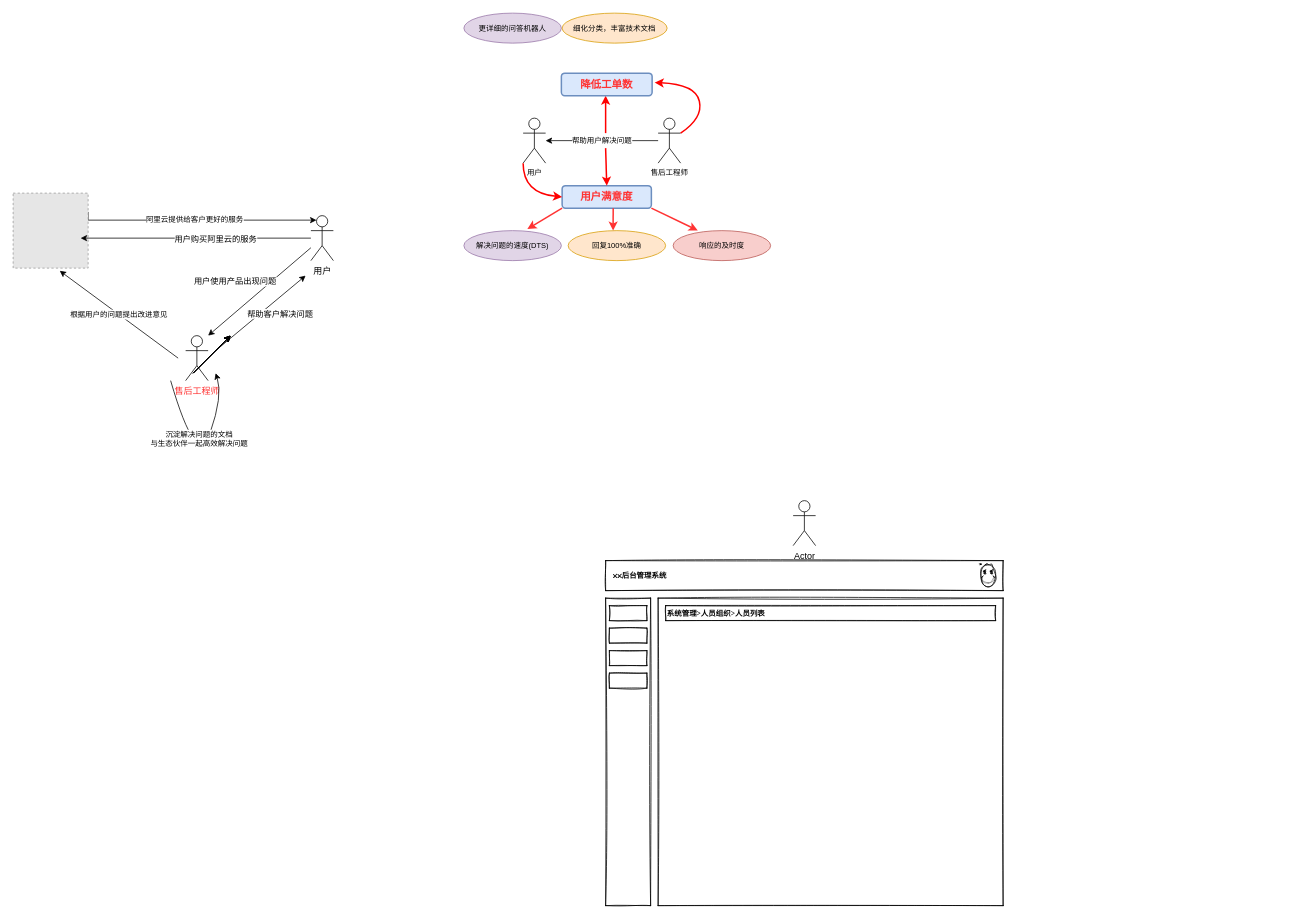
This is Untitled Diagram.drawio from XinBaoCode/digram, a draw.io file, before an edit. Source tidied: cells renumbered, new cells numbered last; positions are measured from the earlier drawing's top-left corner, leaving out a move shared by most shapes. Both pictures are drawn from the tidied source at 75%, with x=0, y=0 at pixel (13, 13). Pictures stored in the file or linked from it are replaced by grey dashed boxes.
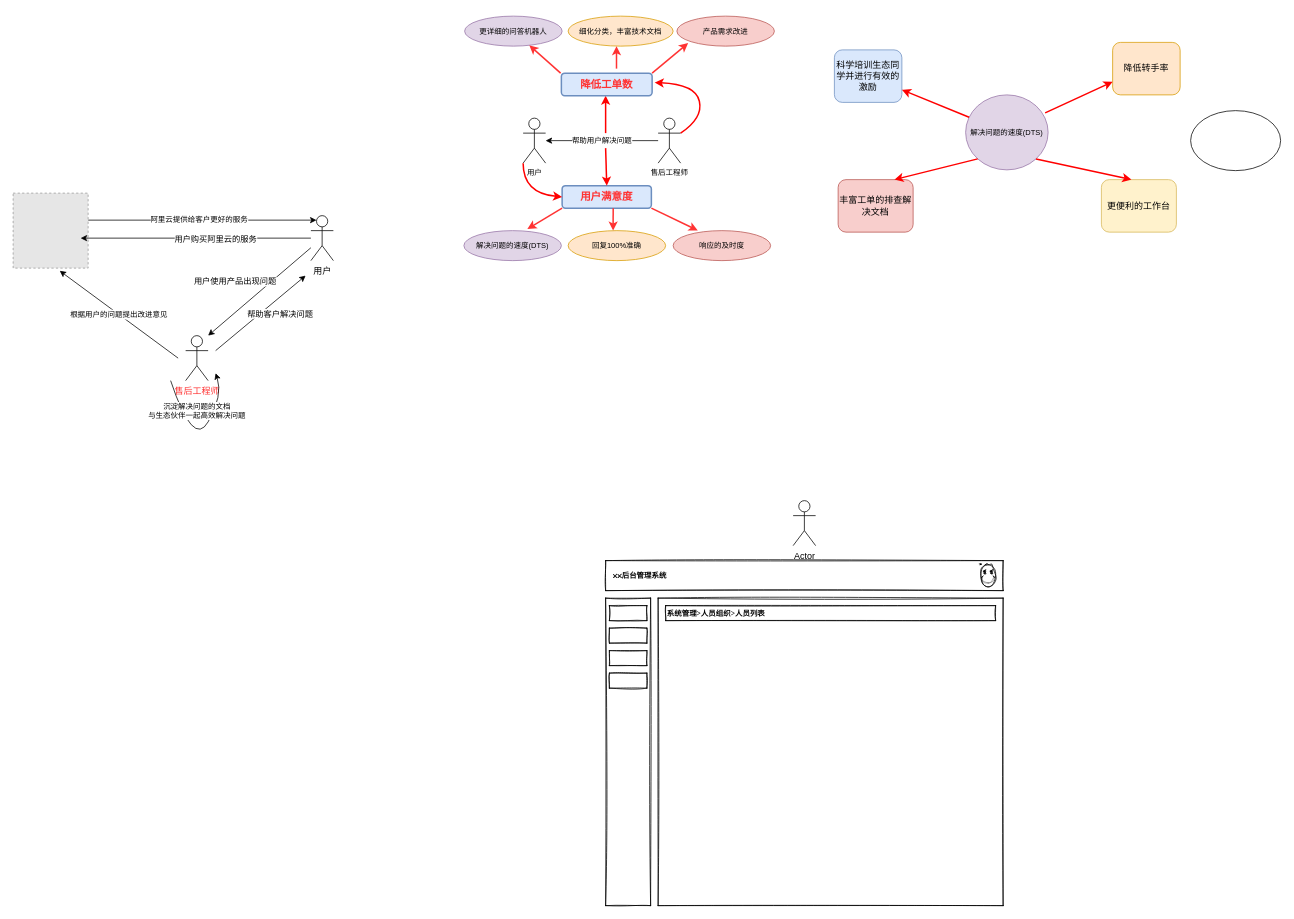
The same page after the edit.

The change refers to these unchanged cells:
```xml
<mxCell id="12" value="用户" style="shape=umlActor;verticalLabelPosition=bottom;verticalAlign=top;html=1;outlineConnect=0;" parent="1" vertex="1">
  <mxGeometry x="397" y="270" width="30" height="60" as="geometry" />
</mxCell>
<mxCell id="15" style="fillColor=#E6E6E6;strokeColor=#999999;dashed=1;verticalLabelPosition=bottom;labelBackgroundColor=default;verticalAlign=top;" parent="1" vertex="1">
  <mxGeometry y="240" width="100" height="100" as="geometry" />
</mxCell>
<mxCell id="46" value="&lt;font color=&quot;#ff3333&quot;&gt;&lt;span style=&quot;font-size: 14px;&quot;&gt;&lt;b&gt;降低工单数&lt;/b&gt;&lt;/span&gt;&lt;/font&gt;" style="rounded=1;whiteSpace=wrap;html=1;fontSize=10;fillColor=#dae8fc;strokeColor=#6c8ebf;strokeWidth=2;" parent="1" vertex="1">
  <mxGeometry x="731" y="80" width="121" height="30" as="geometry" />
</mxCell>
```

Change to the diagram source:
```diff
@@
-    <mxCell id="13" style="edgeStyle=orthogonalEdgeStyle;rounded=0;jettySize=auto;html=1;exitX=1;exitY=0.25;exitDx=0;exitDy=0;entryX=0.25;entryY=0.1;entryDx=0;entryDy=0;entryPerimeter=0;fontSize=10;fontColor=#000000;" parent="1" edge="1" source="15" target="12">
+    <mxCell id="13" style="edgeStyle=orthogonalEdgeStyle;rounded=0;jettySize=auto;html=1;entryX=0.25;entryY=0.1;entryDx=0;entryDy=0;entryPerimeter=0;fontSize=10;fontColor=#000000;" parent="1" edge="1" target="12">
       <mxGeometry relative="1" as="geometry">
+        <mxPoint x="100" y="276" as="sourcePoint" />
         <Array as="points">
           <mxPoint x="100" y="276" />
         </Array>
       </mxGeometry>
     </mxCell>
@@
     <mxCell id="24" style="curved=1;endArrow=classic;html=1;rounded=0;fontSize=10;fontColor=#000000;" parent="1" edge="1">
       <mxGeometry relative="1" as="geometry">
         <mxPoint x="210" y="490" as="sourcePoint" />
         <mxPoint x="270" y="480" as="targetPoint" />
         <Array as="points">
-          <mxPoint x="245" y="610" />
+          <mxPoint x="240" y="580" />
           <mxPoint x="280" y="510" />
         </Array>
       </mxGeometry>
     </mxCell>
     <mxCell id="25" value="沉淀解决问题的文档&lt;br&gt;与生态伙伴一起高效解决问题" style="edgeLabel;html=1;align=center;verticalAlign=middle;fontSize=10;fontColor=#000000;" parent="24" vertex="1">
       <mxGeometry x="-0.42" y="4" relative="1" as="geometry">
-        <mxPoint x="12" y="5" as="offset" />
+        <mxPoint x="12" y="-16" as="offset" />
       </mxGeometry>
     </mxCell>
-    <mxCell id="26" style="endArrow=classic;html=1;rounded=0;fontSize=10;fontColor=#000000;" parent="1" edge="1">
-      <mxGeometry relative="1" as="geometry">
-        <mxPoint x="240" y="480" as="sourcePoint" />
-        <mxPoint x="290" y="430" as="targetPoint" />
-      </mxGeometry>
-    </mxCell>
-    <mxCell id="27" style="endArrow=classic;html=1;rounded=0;fontSize=10;fontColor=#000000;" parent="1" edge="1">
-      <mxGeometry relative="1" as="geometry">
-        <mxPoint x="240" y="480" as="sourcePoint" />
-        <mxPoint x="290" y="430" as="targetPoint" />
-      </mxGeometry>
-    </mxCell>
-    <mxCell id="28" style="endArrow=classic;html=1;rounded=0;fontSize=10;fontColor=#000000;" parent="1" edge="1">
-      <mxGeometry relative="1" as="geometry">
-        <mxPoint x="240" y="480" as="sourcePoint" />
-        <mxPoint x="290" y="430" as="targetPoint" />
-      </mxGeometry>
-    </mxCell>
-    <mxCell id="29" style="endArrow=classic;html=1;rounded=0;fontSize=10;fontColor=#000000;" parent="1" edge="1">
-      <mxGeometry relative="1" as="geometry">
-        <mxPoint x="240" y="480" as="sourcePoint" />
-        <mxPoint x="290" y="430" as="targetPoint" />
-      </mxGeometry>
-    </mxCell>
-    <mxCell id="30" style="endArrow=classic;html=1;rounded=0;fontSize=10;fontColor=#000000;" parent="1" edge="1">
-      <mxGeometry relative="1" as="geometry">
-        <mxPoint x="240" y="480" as="sourcePoint" />
-        <mxPoint x="290" y="430" as="targetPoint" />
-      </mxGeometry>
-    </mxCell>
-    <mxCell id="31" style="endArrow=classic;html=1;rounded=0;fontSize=10;fontColor=#000000;" parent="1" edge="1">
-      <mxGeometry relative="1" as="geometry">
-        <mxPoint x="240" y="480" as="sourcePoint" />
-        <mxPoint x="290" y="430" as="targetPoint" />
-      </mxGeometry>
-    </mxCell>
-    <mxCell id="32" style="endArrow=classic;html=1;rounded=0;fontSize=10;fontColor=#000000;" parent="1" edge="1">
-      <mxGeometry relative="1" as="geometry">
-        <mxPoint x="240" y="480" as="sourcePoint" />
-        <mxPoint x="290" y="430" as="targetPoint" />
-      </mxGeometry>
-    </mxCell>
-    <mxCell id="33" style="endArrow=classic;html=1;rounded=0;fontSize=10;fontColor=#000000;" parent="1" edge="1">
-      <mxGeometry relative="1" as="geometry">
-        <mxPoint x="240" y="480" as="sourcePoint" />
-        <mxPoint x="290" y="430" as="targetPoint" />
-      </mxGeometry>
-    </mxCell>
@@
     <mxCell id="49" value="更详细的问答机器人" style="ellipse;whiteSpace=wrap;html=1;fontSize=10;fillColor=#e1d5e7;strokeColor=#9673a6;" parent="1" vertex="1">
-      <mxGeometry x="601" width="130" height="40" as="geometry" />
+      <mxGeometry x="602" y="4" width="130" height="40" as="geometry" />
     </mxCell>
     <mxCell id="50" value="细化分类，丰富技术文档" style="ellipse;whiteSpace=wrap;html=1;fontSize=10;fillColor=#ffe6cc;strokeColor=#d79b00;" parent="1" vertex="1">
-      <mxGeometry x="732" width="140" height="40" as="geometry" />
+      <mxGeometry x="740" y="4" width="140" height="40" as="geometry" />
     </mxCell>
+    <mxCell id="51" style="endArrow=classic;html=1;rounded=0;fontSize=10;fontColor=#000000;strokeWidth=2;strokeColor=#FF3333;" parent="1" edge="1" target="49">
+      <mxGeometry relative="1" as="geometry">
+        <mxPoint x="730" y="80" as="sourcePoint" />
+      </mxGeometry>
+    </mxCell>
+    <mxCell id="52" style="endArrow=classic;html=1;rounded=0;fontSize=10;fontColor=#000000;strokeWidth=2;strokeColor=#FF3333;" parent="1" edge="1">
+      <mxGeometry relative="1" as="geometry">
+        <mxPoint x="804.5" y="74" as="sourcePoint" />
+        <mxPoint x="804.5" y="44" as="targetPoint" />
+      </mxGeometry>
+    </mxCell>
+    <mxCell id="53" value="解决问题的速度(DTS)" style="ellipse;whiteSpace=wrap;html=1;fontSize=10;fillColor=#e1d5e7;strokeColor=#9673a6;" parent="1" vertex="1">
+      <mxGeometry x="1270" y="109" width="110" height="100" as="geometry" />
+    </mxCell>
+    <mxCell id="54" value="科学培训生态同学并进行有效的激励" style="rounded=1;whiteSpace=wrap;html=1;fillColor=#dae8fc;strokeColor=#6c8ebf;" parent="1" vertex="1">
+      <mxGeometry x="1095" y="49" width="90" height="70" as="geometry" />
+    </mxCell>
+    <mxCell id="55" value="降低转手率" style="rounded=1;whiteSpace=wrap;html=1;fillColor=#ffe6cc;strokeColor=#d79b00;" parent="1" vertex="1">
+      <mxGeometry x="1466" y="39" width="90" height="70" as="geometry" />
+    </mxCell>
+    <mxCell id="56" style="endArrow=classic;html=1;rounded=0;fontSize=10;fontColor=#000000;strokeWidth=2;strokeColor=#FF3333;exitX=1;exitY=0;exitDx=0;exitDy=0;" parent="1" edge="1" source="46">
+      <mxGeometry relative="1" as="geometry">
+        <mxPoint x="900" y="40" as="targetPoint" />
+      </mxGeometry>
+    </mxCell>
+    <mxCell id="57" value="产品需求改进" style="ellipse;whiteSpace=wrap;html=1;fontSize=10;fillColor=#f8cecc;strokeColor=#b85450;" parent="1" vertex="1">
+      <mxGeometry x="885" y="4" width="130" height="40" as="geometry" />
+    </mxCell>
+    <mxCell id="58" style="endArrow=classic;html=1;rounded=0;strokeWidth=2;strokeColor=#FF0000;" parent="1" edge="1" source="53" target="54">
+      <mxGeometry relative="1" as="geometry" />
+    </mxCell>
+    <mxCell id="59" style="endArrow=classic;html=1;rounded=0;exitX=0.964;exitY=0.24;exitDx=0;exitDy=0;strokeWidth=2;strokeColor=#FF0000;entryX=0;entryY=0.75;entryDx=0;entryDy=0;exitPerimeter=0;" parent="1" edge="1" source="53" target="55">
+      <mxGeometry relative="1" as="geometry" />
+    </mxCell>
+    <mxCell id="60" value="丰富工单的排查解决文档" style="rounded=1;whiteSpace=wrap;html=1;fillColor=#f8cecc;strokeColor=#b85450;" parent="1" vertex="1">
+      <mxGeometry x="1100" y="222" width="100" height="70" as="geometry" />
+    </mxCell>
+    <mxCell id="61" value="更便利的工作台" style="rounded=1;whiteSpace=wrap;html=1;fillColor=#fff2cc;strokeColor=#d6b656;" parent="1" vertex="1">
+      <mxGeometry x="1451" y="222" width="100" height="70" as="geometry" />
+    </mxCell>
+    <mxCell id="62" style="endArrow=classic;html=1;rounded=0;strokeWidth=2;strokeColor=#FF0000;entryX=0.75;entryY=0;entryDx=0;entryDy=0;exitX=0;exitY=1;exitDx=0;exitDy=0;" parent="1" edge="1" source="53" target="60">
+      <mxGeometry relative="1" as="geometry" />
+    </mxCell>
+    <mxCell id="63" style="endArrow=classic;html=1;rounded=0;strokeWidth=2;strokeColor=#FF0000;entryX=0.4;entryY=0;entryDx=0;entryDy=0;exitX=1;exitY=1;exitDx=0;exitDy=0;entryPerimeter=0;" parent="1" edge="1" source="53" target="61">
+      <mxGeometry relative="1" as="geometry" />
+    </mxCell>
+    <mxCell id="64" style="ellipse;whiteSpace=wrap;html=1;" parent="1" vertex="1">
+      <mxGeometry x="1570" y="130" width="120" height="80" as="geometry" />
+    </mxCell>
```
